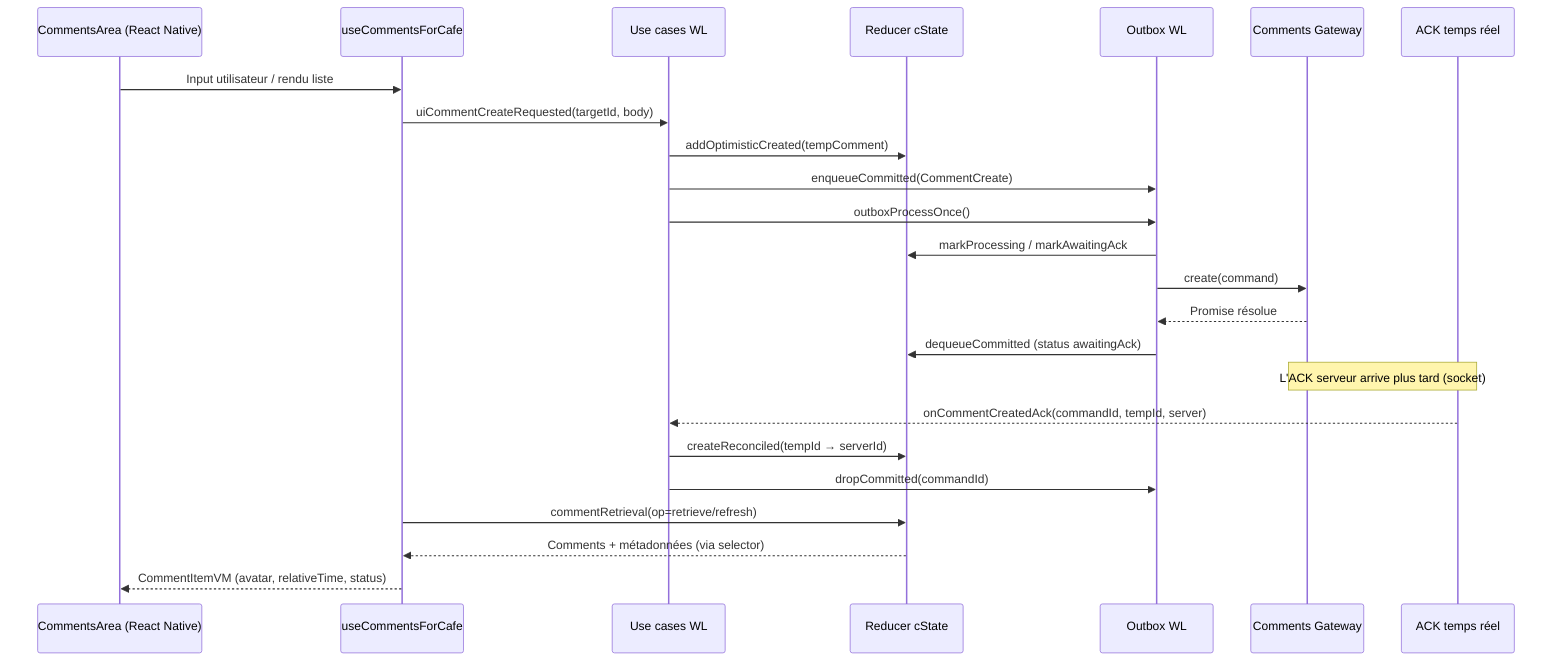
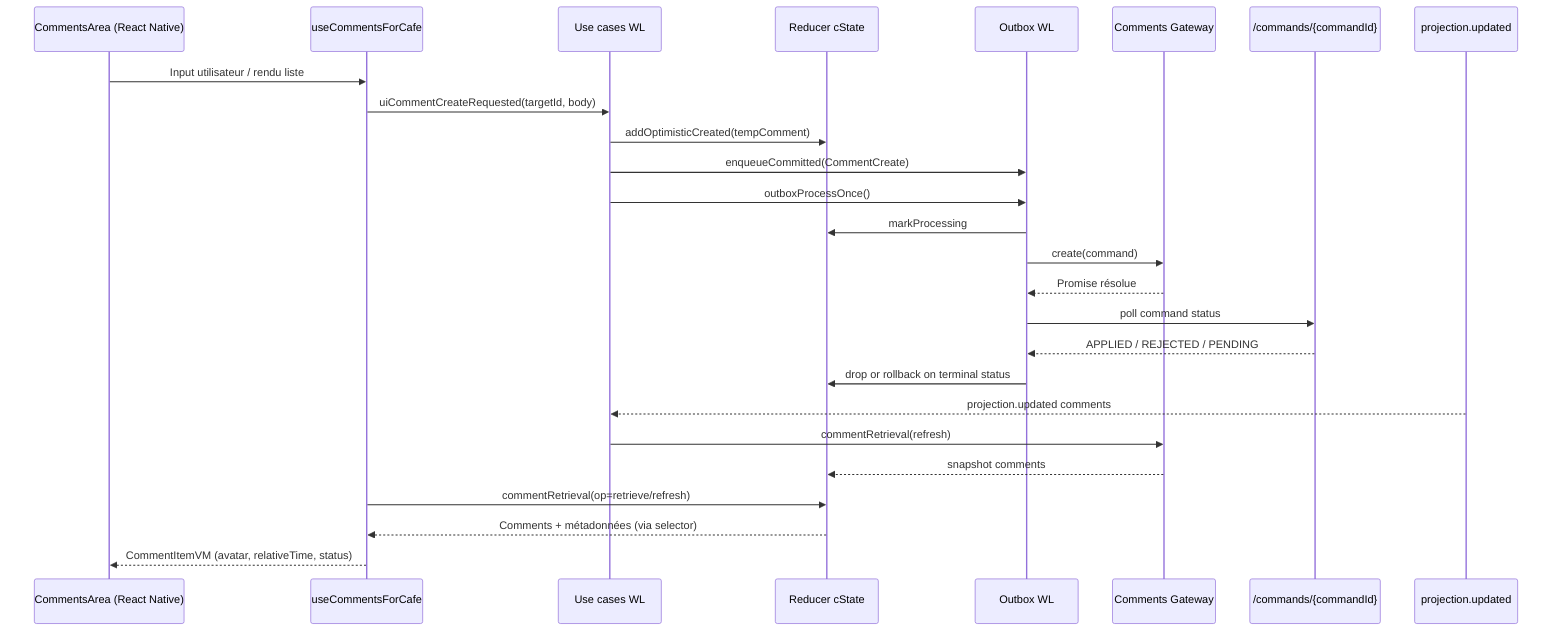
%% Mermaid sequence diagram décrivant le flux commentaire WL
sequenceDiagram
    participant UI as CommentsArea (React Native)
    participant Hook as useCommentsForCafe
    participant UseCases as Use cases WL
    participant Reducer as Reducer cState
    participant Outbox as Outbox WL
    participant Gateway as Comments Gateway
-     participant Socket as ACK temps réel
+     participant CommandStatus as /commands/{commandId}
+     participant ProjectionSync as projection.updated

    UI->>Hook: Input utilisateur / rendu liste
    Hook->>UseCases: uiCommentCreateRequested(targetId, body)
    UseCases->>Reducer: addOptimisticCreated(tempComment)
    UseCases->>Outbox: enqueueCommitted(CommentCreate)
    UseCases->>Outbox: outboxProcessOnce()
-     Outbox->>Reducer: markProcessing / markAwaitingAck
+     Outbox->>Reducer: markProcessing
    Outbox->>Gateway: create(command)
    Gateway-->>Outbox: Promise résolue
-     Outbox->>Reducer: dequeueCommitted (status awaitingAck)
+     Outbox->>CommandStatus: poll command status
+     CommandStatus-->>Outbox: APPLIED / REJECTED / PENDING
+     Outbox->>Reducer: drop or rollback on terminal status

-     Note over Socket,Gateway: L'ACK serveur arrive plus tard (socket)
- 
-     Socket-->>UseCases: onCommentCreatedAck(commandId, tempId, server)
-     UseCases->>Reducer: createReconciled(tempId → serverId)
-     UseCases->>Outbox: dropCommitted(commandId)
+     ProjectionSync-->>UseCases: projection.updated comments
+     UseCases->>Gateway: commentRetrieval(refresh)
+     Gateway-->>Reducer: snapshot comments

    Hook->>Reducer: commentRetrieval(op=retrieve/refresh)
    Reducer-->>Hook: Comments + métadonnées (via selector)
    Hook-->>UI: CommentItemVM (avatar, relativeTime, status)
